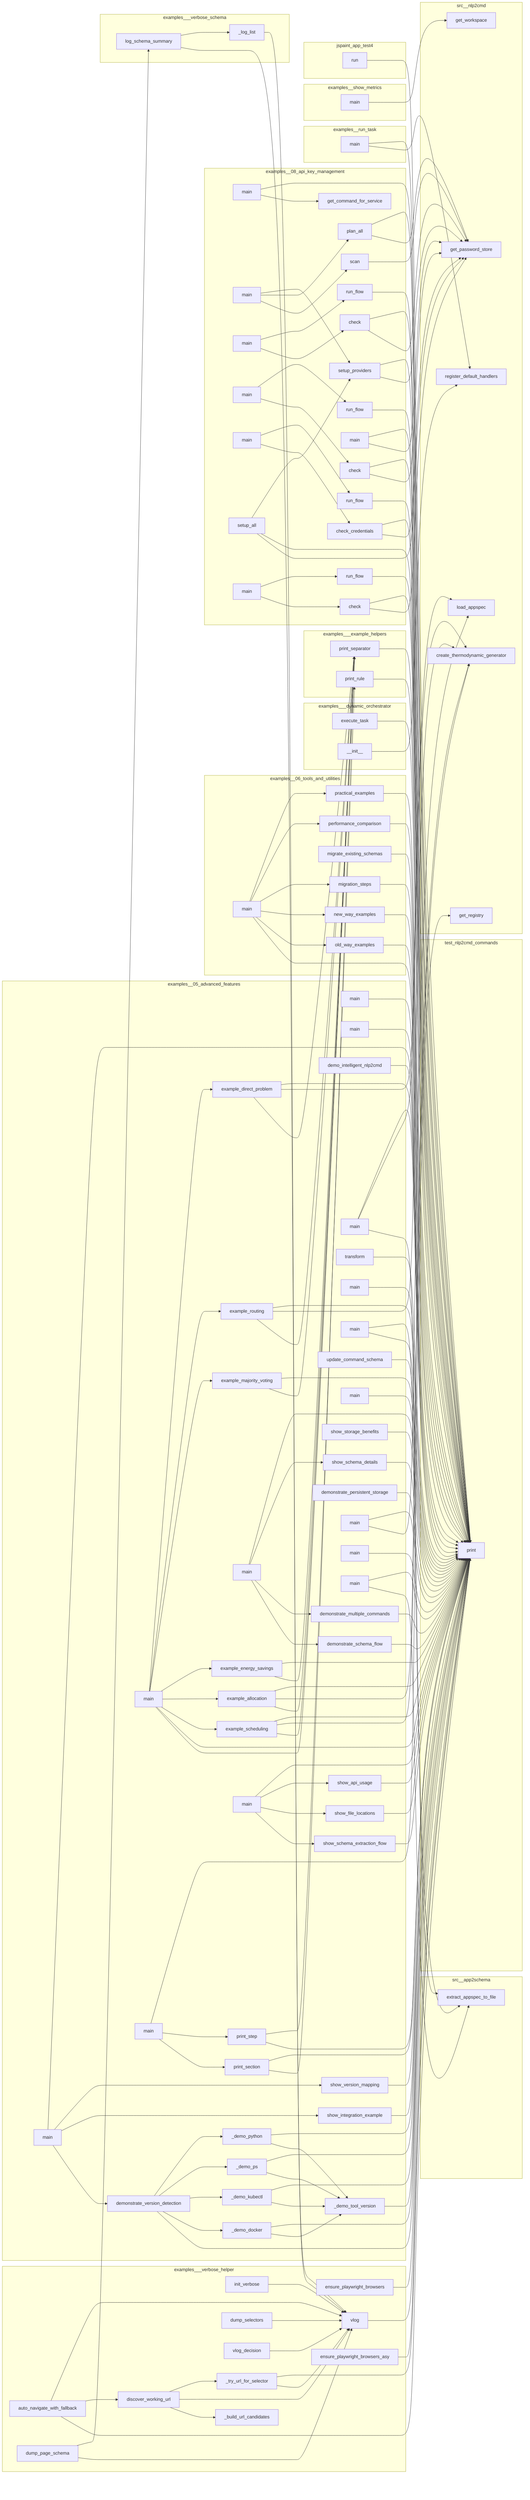
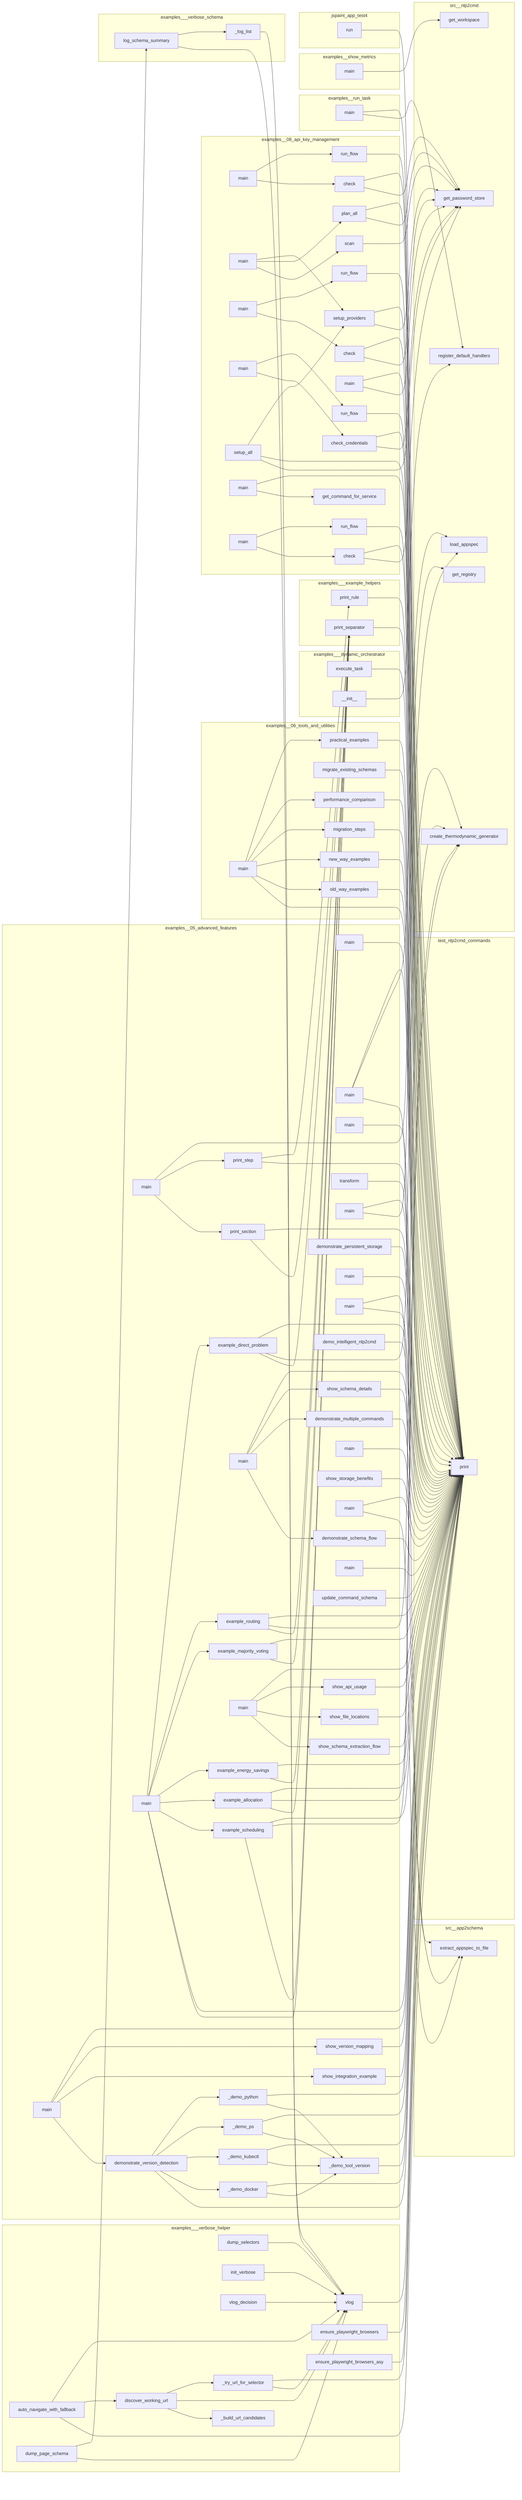
flowchart LR
- %% generated in 0.06s
+ %% generated in 0.09s
    subgraph examples__05_advanced_features
-         examples__05_advanced_features__dynamic_schemas__demo_version_detection__demonstrate_version_detection["demonstrate_version_detection"]
+         examples__05_advanced_features__thermodynamic_computing__example__example_routing["example_routing"]
+         examples__05_advanced_features__thermodynamic_computing__example__example_scheduling["example_scheduling"]
        examples__05_advanced_features__thermodynamic_computing__example__example_majority_voting["example_majority_voting"]
-         examples__05_advanced_features__schema_driven_architecture__03_llm_planner__demo__main["main"]
-         examples__05_advanced_features__thermodynamic_computing__example__main["main"]
+         examples__05_advanced_features__dynamic_schemas__simple_schema_demo__main["main"]
        examples__05_advanced_features__dynamic_schemas__demo_version_detection___demo_kubectl["_demo_kubectl"]
-         examples__05_advanced_features__schema_driven_architecture__04_plan_executor__demo__main["main"]
-         examples__05_advanced_features__thermodynamic_computing__example__example_direct_problem["example_direct_problem"]
-         examples__05_advanced_features__dynamic_schemas__demo_version_detection___demo_tool_version["_demo_tool_version"]
-         examples__05_advanced_features__dynamic_schemas__demo_intelligent_nlp2cmd__demo_intelligent_nlp2cmd["demo_intelligent_nlp2cmd"]
-         examples__05_advanced_features__schema_driven_architecture__end_to_end_demo__print_step["print_step"]
-         examples__05_advanced_features__dynamic_schemas__schema_flow_demo__show_schema_extraction_flow["show_schema_extraction_flow"]
-         examples__05_advanced_features__dynamic_schemas__demo_schema_flow__demonstrate_multiple_commands["demonstrate_multiple_commands"]
        examples__05_advanced_features__schema_driven_architecture__mvp__main["main"]
        examples__05_advanced_features__dynamic_schemas__demo_schema_flow__main["main"]
+         examples__05_advanced_features__schema_driven_architecture__02_decision_router__demo__main["main"]
+         examples__05_advanced_features__dynamic_schemas__demo_version_detection__show_version_mapping["show_version_mapping"]
+         examples__05_advanced_features__dynamic_schemas__demo_version_detection___demo_ps["_demo_ps"]
+         examples__05_advanced_features__dynamic_schemas__demo_version_detection___demo_tool_version["_demo_tool_version"]
+         examples__05_advanced_features__thermodynamic_computing__example__example_energy_savings["example_energy_savings"]
+         examples__05_advanced_features__schema_driven_architecture__end_to_end_demo__main["main"]
        examples__05_advanced_features__dynamic_schemas__demo_intelligent_nlp2cmd__IntelligentNLP2CMD__transform["transform"]
-         examples__05_advanced_features__thermodynamic_computing__example__example_scheduling["example_scheduling"]
-         examples__05_advanced_features__schema_driven_architecture__02_decision_router__demo__main["main"]
+         examples__05_advanced_features__thermodynamic_computing__example__main["main"]
+         examples__05_advanced_features__dynamic_schemas__schema_flow_demo__main["main"]
+         examples__05_advanced_features__schema_driven_architecture__manual_appspec__main["main"]
        examples__05_advanced_features__dynamic_schemas__schema_flow_demo__show_file_locations["show_file_locations"]
-         examples__05_advanced_features__schema_driven_architecture__end_to_end_demo__main["main"]
-         examples__05_advanced_features__dynamic_schemas__demo_version_detection__show_integration_example["show_integration_example"]
-         examples__05_advanced_features__thermodynamic_computing__example__example_energy_savings["example_energy_savings"]
+         examples__05_advanced_features__dynamic_schemas__demo_version_detection__demonstrate_version_detection["demonstrate_version_detection"]
+         examples__05_advanced_features__dynamic_schemas__demo_persistent_storage__demonstrate_persistent_storage["demonstrate_persistent_storage"]
+         examples__05_advanced_features__thermodynamic_computing__example__example_allocation["example_allocation"]
+         examples__05_advanced_features__schema_driven_architecture__05_result_aggregator__demo__main["main"]
        examples__05_advanced_features__dynamic_schemas__demo_enhanced__main["main"]
-         examples__05_advanced_features__dynamic_schemas__demo_version_detection___demo_python["_demo_python"]
-         examples__05_advanced_features__dynamic_schemas__demo_intelligent_nlp2cmd__IntelligentNLP2CMD__update_command_schema["update_command_schema"]
-         examples__05_advanced_features__dynamic_schemas__demo_version_detection__show_version_mapping["show_version_mapping"]
-         examples__05_advanced_features__thermodynamic_computing__example__example_allocation["example_allocation"]
-         examples__05_advanced_features__dynamic_schemas__demo_version_detection__main["main"]
+         examples__05_advanced_features__schema_driven_architecture__end_to_end_demo__print_step["print_step"]
+         examples__05_advanced_features__dynamic_schemas__demo_schema_flow__show_schema_details["show_schema_details"]
+         examples__05_advanced_features__thermodynamic_computing__example__example_direct_problem["example_direct_problem"]
        examples__05_advanced_features__dynamic_schemas__demo_version_detection___demo_docker["_demo_docker"]
-         examples__05_advanced_features__schema_driven_architecture__05_result_aggregator__demo__main["main"]
-         examples__05_advanced_features__dynamic_schemas__schema_flow_demo__main["main"]
-         examples__05_advanced_features__dynamic_schemas__demo_version_detection___demo_ps["_demo_ps"]
-         examples__05_advanced_features__dynamic_schemas__demo_schema_flow__show_schema_details["show_schema_details"]
-         examples__05_advanced_features__thermodynamic_computing__example__example_routing["example_routing"]
-         examples__05_advanced_features__dynamic_schemas__demo_persistent_storage__show_storage_benefits["show_storage_benefits"]
-         examples__05_advanced_features__dynamic_schemas__schema_flow_demo__show_api_usage["show_api_usage"]
-         examples__05_advanced_features__dynamic_schemas__demo_persistent_storage__demonstrate_persistent_storage["demonstrate_persistent_storage"]
-         examples__05_advanced_features__schema_driven_architecture__manual_appspec__main["main"]
-         examples__05_advanced_features__dynamic_schemas__simple_schema_demo__main["main"]
-         examples__05_advanced_features__dynamic_schemas__example__main["main"]
+         examples__05_advanced_features__dynamic_schemas__demo_intelligent_nlp2cmd__demo_intelligent_nlp2cmd["demo_intelligent_nlp2cmd"]
        examples__05_advanced_features__dynamic_schemas__demo_schema_flow__demonstrate_schema_flow["demonstrate_schema_flow"]
        examples__05_advanced_features__schema_driven_architecture__end_to_end_demo__print_section["print_section"]
+         examples__05_advanced_features__dynamic_schemas__demo_schema_flow__demonstrate_multiple_commands["demonstrate_multiple_commands"]
+         examples__05_advanced_features__dynamic_schemas__schema_flow_demo__show_api_usage["show_api_usage"]
+         examples__05_advanced_features__dynamic_schemas__demo_version_detection__show_integration_example["show_integration_example"]
+         examples__05_advanced_features__schema_driven_architecture__04_plan_executor__demo__main["main"]
+         examples__05_advanced_features__dynamic_schemas__demo_persistent_storage__show_storage_benefits["show_storage_benefits"]
+         examples__05_advanced_features__dynamic_schemas__example__main["main"]
+         examples__05_advanced_features__dynamic_schemas__demo_version_detection___demo_python["_demo_python"]
+         examples__05_advanced_features__dynamic_schemas__schema_flow_demo__show_schema_extraction_flow["show_schema_extraction_flow"]
+         examples__05_advanced_features__schema_driven_architecture__03_llm_planner__demo__main["main"]
+         examples__05_advanced_features__dynamic_schemas__demo_version_detection__main["main"]
+         examples__05_advanced_features__dynamic_schemas__demo_intelligent_nlp2cmd__IntelligentNLP2CMD__update_command_schema["update_command_schema"]
    end
    subgraph examples__06_tools_and_utilities
+         examples__06_tools_and_utilities__migration_tools__guide__main["main"]
+         examples__06_tools_and_utilities__migration_tools__guide__new_way_examples["new_way_examples"]
+         examples__06_tools_and_utilities__migration_tools__demo_versioned_schemas__migrate_existing_schemas["migrate_existing_schemas"]
        examples__06_tools_and_utilities__migration_tools__guide__performance_comparison["performance_comparison"]
        examples__06_tools_and_utilities__migration_tools__guide__practical_examples["practical_examples"]
-         examples__06_tools_and_utilities__migration_tools__demo_versioned_schemas__migrate_existing_schemas["migrate_existing_schemas"]
        examples__06_tools_and_utilities__migration_tools__guide__migration_steps["migration_steps"]
-         examples__06_tools_and_utilities__migration_tools__guide__new_way_examples["new_way_examples"]
        examples__06_tools_and_utilities__migration_tools__guide__old_way_examples["old_way_examples"]
-         examples__06_tools_and_utilities__migration_tools__guide__main["main"]
    end
    subgraph examples__08_api_key_management
+         examples__08_api_key_management__03_github_token__run__run_flow["run_flow"]
+         examples__08_api_key_management__04_huggingface_token__run__check["check"]
+         examples__08_api_key_management__06_multi_provider__run__plan_all["plan_all"]
+         examples__08_api_key_management__02_openrouter_key__run__check_credentials["check_credentials"]
+         examples__08_api_key_management__05_openai_key__run__main["main"]
+         examples__08_api_key_management__06_multi_provider__run__setup_providers["setup_providers"]
+         examples__08_api_key_management__06_multi_provider__run__main["main"]
+         examples__08_api_key_management__03_github_token__run__main["main"]
+         examples__08_api_key_management__04_huggingface_token__run__run_flow["run_flow"]
+         examples__08_api_key_management__02_openrouter_key__run__main["main"]
+         examples__08_api_key_management__05_openai_key__run__check["check"]
+         examples__08_api_key_management__06_multi_provider__run__setup_all["setup_all"]
        examples__08_api_key_management__01_diagnose_credentials_nlp2cmd__main["main"]
-         examples__08_api_key_management__02_openrouter_key__run__check_credentials["check_credentials"]
+         examples__08_api_key_management__01_diagnose_credentials__run__main["main"]
+         examples__08_api_key_management__02_openrouter_key__run__run_flow["run_flow"]
        examples__08_api_key_management__03_github_token__run__check["check"]
-         examples__08_api_key_management__06_multi_provider__run__main["main"]
-         examples__08_api_key_management__05_openai_key__run__check["check"]
-         examples__08_api_key_management__06_multi_provider__run__setup_providers["setup_providers"]
+         examples__08_api_key_management__01_diagnose_credentials_nlp2cmd__get_command_for_service["get_command_for_service"]
        examples__08_api_key_management__06_multi_provider__run__scan["scan"]
-         examples__08_api_key_management__04_huggingface_token__run__run_flow["run_flow"]
+         examples__08_api_key_management__05_openai_key__run__run_flow["run_flow"]
        examples__08_api_key_management__04_huggingface_token__run__main["main"]
-         examples__08_api_key_management__06_multi_provider__run__plan_all["plan_all"]
-         examples__08_api_key_management__03_github_token__run__run_flow["run_flow"]
-         examples__08_api_key_management__01_diagnose_credentials__run__main["main"]
-         examples__08_api_key_management__03_github_token__run__main["main"]
-         examples__08_api_key_management__05_openai_key__run__run_flow["run_flow"]
-         examples__08_api_key_management__01_diagnose_credentials_nlp2cmd__get_command_for_service["get_command_for_service"]
-         examples__08_api_key_management__02_openrouter_key__run__main["main"]
-         examples__08_api_key_management__06_multi_provider__run__setup_all["setup_all"]
-         examples__08_api_key_management__02_openrouter_key__run__run_flow["run_flow"]
-         examples__08_api_key_management__05_openai_key__run__main["main"]
-         examples__08_api_key_management__04_huggingface_token__run__check["check"]
    end
    subgraph examples___dynamic_orchestrator
        examples___dynamic_orchestrator__DynamicOrchestrator__execute_task["execute_task"]
        examples___dynamic_orchestrator__DynamicOrchestrator____init__["__init__"]
    end
    subgraph examples___example_helpers
+         examples___example_helpers__print_rule["print_rule"]
        examples___example_helpers__print_separator["print_separator"]
-         examples___example_helpers__print_rule["print_rule"]
    end
    subgraph examples___verbose_helper
+         examples___verbose_helper__dump_selectors["dump_selectors"]
+         examples___verbose_helper__init_verbose["init_verbose"]
+         examples___verbose_helper__vlog["vlog"]
+         examples___verbose_helper__vlog_decision["vlog_decision"]
+         examples___verbose_helper___try_url_for_selector["_try_url_for_selector"]
        examples___verbose_helper__auto_navigate_with_fallback["auto_navigate_with_fallback"]
-         examples___verbose_helper__init_verbose["init_verbose"]
+         examples___verbose_helper___build_url_candidates["_build_url_candidates"]
+         examples___verbose_helper__dump_page_schema["dump_page_schema"]
        examples___verbose_helper__ensure_playwright_browsers["ensure_playwright_browsers"]
-         examples___verbose_helper___try_url_for_selector["_try_url_for_selector"]
-         examples___verbose_helper__dump_page_schema["dump_page_schema"]
-         examples___verbose_helper__dump_selectors["dump_selectors"]
-         examples___verbose_helper__vlog["vlog"]
        examples___verbose_helper__ensure_playwright_browsers_async["ensure_playwright_browsers_asy"]
-         examples___verbose_helper__vlog_decision["vlog_decision"]
        examples___verbose_helper__discover_working_url["discover_working_url"]
-         examples___verbose_helper___build_url_candidates["_build_url_candidates"]
    end
    subgraph examples___verbose_schema
+         examples___verbose_schema__log_schema_summary["log_schema_summary"]
        examples___verbose_schema___log_list["_log_list"]
-         examples___verbose_schema__log_schema_summary["log_schema_summary"]
    end
    subgraph examples__run_task
        examples__run_task__main["main"]
    end
    subgraph examples__show_metrics
        examples__show_metrics__main["main"]
    end
    subgraph jspaint_app_test4
        jspaint_app_test4__run["run"]
    end
    subgraph src__app2schema
        src__app2schema__extract__extract_appspec_to_file["extract_appspec_to_file"]
    end
    subgraph src__nlp2cmd
-         src__nlp2cmd__orchestration__learned_path__get_workspace["get_workspace"]
+         src__nlp2cmd__registry__get_registry__get_registry["get_registry"]
        src__nlp2cmd__orchestration__handlers__register_default_handlers["register_default_handlers"]
        src__nlp2cmd__appspec_runtime__load_appspec["load_appspec"]
        src__nlp2cmd__generation__thermodynamic__create_thermodynamic_generator["create_thermodynamic_generator"]
-         src__nlp2cmd__registry__get_registry__get_registry["get_registry"]
+         src__nlp2cmd__orchestration__learned_path__get_workspace["get_workspace"]
        src__nlp2cmd__automation__password_store__get_password_store["get_password_store"]
    end
    subgraph test_nlp2cmd_commands
        test_nlp2cmd_commands__print["print"]
    end
    jspaint_app_test4__run --> test_nlp2cmd_commands__print
    examples__show_metrics__main --> src__nlp2cmd__orchestration__learned_path__get_workspace
    examples___verbose_schema___log_list --> examples___verbose_helper__vlog
    examples___verbose_schema__log_schema_summary --> examples___verbose_helper__vlog
    examples___verbose_schema__log_schema_summary --> examples___verbose_schema___log_list
    examples___dynamic_orchestrator__DynamicOrchestrator____init__ --> src__nlp2cmd__orchestration__handlers__register_default_handlers
    examples___dynamic_orchestrator__DynamicOrchestrator__execute_task --> test_nlp2cmd_commands__print
    examples___example_helpers__print_separator --> test_nlp2cmd_commands__print
    examples___example_helpers__print_rule --> test_nlp2cmd_commands__print
    examples___verbose_helper__init_verbose --> examples___verbose_helper__vlog
    examples___verbose_helper__vlog --> test_nlp2cmd_commands__print
    examples___verbose_helper__dump_page_schema --> examples___verbose_helper__vlog
    examples___verbose_helper__dump_page_schema --> examples___verbose_schema__log_schema_summary
    examples___verbose_helper__dump_selectors --> examples___verbose_helper__vlog
    examples___verbose_helper__vlog_decision --> examples___verbose_helper__vlog
    examples___verbose_helper__ensure_playwright_browsers --> test_nlp2cmd_commands__print
    examples___verbose_helper__ensure_playwright_browsers_async --> test_nlp2cmd_commands__print
    examples___verbose_helper___try_url_for_selector --> examples___verbose_helper__vlog
    examples___verbose_helper___try_url_for_selector --> test_nlp2cmd_commands__print
    examples___verbose_helper__discover_working_url --> examples___verbose_helper___build_url_candidates
    examples___verbose_helper__discover_working_url --> examples___verbose_helper__vlog
    examples___verbose_helper__discover_working_url --> examples___verbose_helper___try_url_for_selector
    examples___verbose_helper__auto_navigate_with_fallback --> test_nlp2cmd_commands__print
    examples___verbose_helper__auto_navigate_with_fallback --> examples___verbose_helper__discover_working_url
    examples___verbose_helper__auto_navigate_with_fallback --> examples___verbose_helper__vlog
    examples__run_task__main --> src__nlp2cmd__orchestration__handlers__register_default_handlers
    examples__run_task__main --> test_nlp2cmd_commands__print
    examples__05_advanced_features__thermodynamic_computing__example__example_scheduling --> examples___example_helpers__print_separator
    examples__05_advanced_features__thermodynamic_computing__example__example_scheduling --> src__nlp2cmd__generation__thermodynamic__create_thermodynamic_generator
    examples__05_advanced_features__thermodynamic_computing__example__example_scheduling --> test_nlp2cmd_commands__print
    examples__05_advanced_features__thermodynamic_computing__example__example_allocation --> examples___example_helpers__print_separator
    examples__05_advanced_features__thermodynamic_computing__example__example_allocation --> src__nlp2cmd__generation__thermodynamic__create_thermodynamic_generator
    examples__05_advanced_features__thermodynamic_computing__example__example_allocation --> test_nlp2cmd_commands__print
    examples__05_advanced_features__thermodynamic_computing__example__example_energy_savings --> examples___example_helpers__print_separator
    examples__05_advanced_features__thermodynamic_computing__example__example_energy_savings --> test_nlp2cmd_commands__print
    examples__05_advanced_features__thermodynamic_computing__example__example_majority_voting --> examples___example_helpers__print_separator
    examples__05_advanced_features__thermodynamic_computing__example__example_majority_voting --> test_nlp2cmd_commands__print
    examples__05_advanced_features__thermodynamic_computing__example__example_routing --> examples___example_helpers__print_separator
    examples__05_advanced_features__thermodynamic_computing__example__example_routing --> src__nlp2cmd__generation__thermodynamic__create_thermodynamic_generator
    examples__05_advanced_features__thermodynamic_computing__example__example_routing --> test_nlp2cmd_commands__print
    examples__05_advanced_features__thermodynamic_computing__example__example_direct_problem --> examples___example_helpers__print_separator
    examples__05_advanced_features__thermodynamic_computing__example__example_direct_problem --> src__nlp2cmd__generation__thermodynamic__create_thermodynamic_generator
    examples__05_advanced_features__thermodynamic_computing__example__example_direct_problem --> test_nlp2cmd_commands__print
    examples__05_advanced_features__thermodynamic_computing__example__main --> examples___example_helpers__print_separator
    examples__05_advanced_features__thermodynamic_computing__example__main --> test_nlp2cmd_commands__print
    examples__05_advanced_features__thermodynamic_computing__example__main --> examples__05_advanced_features__thermodynamic_computing__example__example_scheduling
    examples__05_advanced_features__thermodynamic_computing__example__main --> examples__05_advanced_features__thermodynamic_computing__example__example_allocation
    examples__05_advanced_features__thermodynamic_computing__example__main --> examples__05_advanced_features__thermodynamic_computing__example__example_energy_savings
    examples__05_advanced_features__thermodynamic_computing__example__main --> examples__05_advanced_features__thermodynamic_computing__example__example_majority_voting
    examples__05_advanced_features__thermodynamic_computing__example__main --> examples__05_advanced_features__thermodynamic_computing__example__example_routing
    examples__05_advanced_features__thermodynamic_computing__example__main --> examples__05_advanced_features__thermodynamic_computing__example__example_direct_problem
    examples__05_advanced_features__schema_driven_architecture__manual_appspec__main --> src__nlp2cmd__appspec_runtime__load_appspec
    examples__05_advanced_features__schema_driven_architecture__manual_appspec__main --> test_nlp2cmd_commands__print
    examples__05_advanced_features__schema_driven_architecture__end_to_end_demo__print_section --> examples___example_helpers__print_separator
    examples__05_advanced_features__schema_driven_architecture__end_to_end_demo__print_section --> test_nlp2cmd_commands__print
    examples__05_advanced_features__schema_driven_architecture__end_to_end_demo__print_step --> test_nlp2cmd_commands__print
    examples__05_advanced_features__schema_driven_architecture__end_to_end_demo__print_step --> examples___example_helpers__print_rule
    examples__05_advanced_features__schema_driven_architecture__end_to_end_demo__main --> examples__05_advanced_features__schema_driven_architecture__end_to_end_demo__print_section
    examples__05_advanced_features__schema_driven_architecture__end_to_end_demo__main --> examples__05_advanced_features__schema_driven_architecture__end_to_end_demo__print_step
    examples__05_advanced_features__schema_driven_architecture__end_to_end_demo__main --> src__nlp2cmd__registry__get_registry__get_registry
    examples__05_advanced_features__schema_driven_architecture__mvp__main --> src__app2schema__extract__extract_appspec_to_file
    examples__05_advanced_features__schema_driven_architecture__mvp__main --> src__nlp2cmd__appspec_runtime__load_appspec
    examples__05_advanced_features__schema_driven_architecture__mvp__main --> test_nlp2cmd_commands__print
    examples__05_advanced_features__schema_driven_architecture__05_result_aggregator__demo__main --> test_nlp2cmd_commands__print
    examples__05_advanced_features__schema_driven_architecture__02_decision_router__demo__main --> test_nlp2cmd_commands__print
    examples__05_advanced_features__schema_driven_architecture__04_plan_executor__demo__main --> test_nlp2cmd_commands__print
    examples__05_advanced_features__schema_driven_architecture__03_llm_planner__demo__main --> test_nlp2cmd_commands__print
    examples__05_advanced_features__dynamic_schemas__simple_schema_demo__main --> test_nlp2cmd_commands__print
    examples__05_advanced_features__dynamic_schemas__demo_intelligent_nlp2cmd__IntelligentNLP2CMD__transform --> test_nlp2cmd_commands__print
    examples__05_advanced_features__dynamic_schemas__demo_intelligent_nlp2cmd__IntelligentNLP2CMD__update_command_schema --> test_nlp2cmd_commands__print
    examples__05_advanced_features__dynamic_schemas__demo_intelligent_nlp2cmd__demo_intelligent_nlp2cmd --> test_nlp2cmd_commands__print
    examples__05_advanced_features__dynamic_schemas__demo_persistent_storage__demonstrate_persistent_storage --> test_nlp2cmd_commands__print
    examples__05_advanced_features__dynamic_schemas__demo_persistent_storage__show_storage_benefits --> test_nlp2cmd_commands__print
    examples__05_advanced_features__dynamic_schemas__demo_enhanced__main --> test_nlp2cmd_commands__print
    examples__05_advanced_features__dynamic_schemas__demo_enhanced__main --> src__app2schema__extract__extract_appspec_to_file
    examples__05_advanced_features__dynamic_schemas__demo_schema_flow__demonstrate_schema_flow --> test_nlp2cmd_commands__print
    examples__05_advanced_features__dynamic_schemas__demo_schema_flow__demonstrate_multiple_commands --> test_nlp2cmd_commands__print
    examples__05_advanced_features__dynamic_schemas__demo_schema_flow__show_schema_details --> test_nlp2cmd_commands__print
    examples__05_advanced_features__dynamic_schemas__demo_schema_flow__main --> examples__05_advanced_features__dynamic_schemas__demo_schema_flow__demonstrate_schema_flow
    examples__05_advanced_features__dynamic_schemas__demo_schema_flow__main --> examples__05_advanced_features__dynamic_schemas__demo_schema_flow__demonstrate_multiple_commands
    examples__05_advanced_features__dynamic_schemas__demo_schema_flow__main --> examples__05_advanced_features__dynamic_schemas__demo_schema_flow__show_schema_details
    examples__05_advanced_features__dynamic_schemas__demo_schema_flow__main --> test_nlp2cmd_commands__print
    examples__05_advanced_features__dynamic_schemas__demo_version_detection___demo_tool_version --> test_nlp2cmd_commands__print
    examples__05_advanced_features__dynamic_schemas__demo_version_detection___demo_docker --> examples__05_advanced_features__dynamic_schemas__demo_version_detection___demo_tool_version
    examples__05_advanced_features__dynamic_schemas__demo_version_detection___demo_docker --> test_nlp2cmd_commands__print
    examples__05_advanced_features__dynamic_schemas__demo_version_detection___demo_kubectl --> examples__05_advanced_features__dynamic_schemas__demo_version_detection___demo_tool_version
    examples__05_advanced_features__dynamic_schemas__demo_version_detection___demo_kubectl --> test_nlp2cmd_commands__print
    examples__05_advanced_features__dynamic_schemas__demo_version_detection___demo_ps --> examples__05_advanced_features__dynamic_schemas__demo_version_detection___demo_tool_version
    examples__05_advanced_features__dynamic_schemas__demo_version_detection___demo_ps --> test_nlp2cmd_commands__print
    examples__05_advanced_features__dynamic_schemas__demo_version_detection___demo_python --> examples__05_advanced_features__dynamic_schemas__demo_version_detection___demo_tool_version
    examples__05_advanced_features__dynamic_schemas__demo_version_detection___demo_python --> test_nlp2cmd_commands__print
    examples__05_advanced_features__dynamic_schemas__demo_version_detection__demonstrate_version_detection --> test_nlp2cmd_commands__print
    examples__05_advanced_features__dynamic_schemas__demo_version_detection__demonstrate_version_detection --> examples__05_advanced_features__dynamic_schemas__demo_version_detection___demo_docker
    examples__05_advanced_features__dynamic_schemas__demo_version_detection__demonstrate_version_detection --> examples__05_advanced_features__dynamic_schemas__demo_version_detection___demo_kubectl
    examples__05_advanced_features__dynamic_schemas__demo_version_detection__demonstrate_version_detection --> examples__05_advanced_features__dynamic_schemas__demo_version_detection___demo_ps
    examples__05_advanced_features__dynamic_schemas__demo_version_detection__demonstrate_version_detection --> examples__05_advanced_features__dynamic_schemas__demo_version_detection___demo_python
    examples__05_advanced_features__dynamic_schemas__demo_version_detection__show_integration_example --> test_nlp2cmd_commands__print
    examples__05_advanced_features__dynamic_schemas__demo_version_detection__show_version_mapping --> test_nlp2cmd_commands__print
    examples__05_advanced_features__dynamic_schemas__demo_version_detection__main --> examples__05_advanced_features__dynamic_schemas__demo_version_detection__demonstrate_version_detection
    examples__05_advanced_features__dynamic_schemas__demo_version_detection__main --> examples__05_advanced_features__dynamic_schemas__demo_version_detection__show_integration_example
    examples__05_advanced_features__dynamic_schemas__demo_version_detection__main --> examples__05_advanced_features__dynamic_schemas__demo_version_detection__show_version_mapping
    examples__05_advanced_features__dynamic_schemas__demo_version_detection__main --> test_nlp2cmd_commands__print
    examples__05_advanced_features__dynamic_schemas__schema_flow_demo__show_schema_extraction_flow --> test_nlp2cmd_commands__print
    examples__05_advanced_features__dynamic_schemas__schema_flow_demo__show_file_locations --> test_nlp2cmd_commands__print
    examples__05_advanced_features__dynamic_schemas__schema_flow_demo__show_api_usage --> test_nlp2cmd_commands__print
    examples__05_advanced_features__dynamic_schemas__schema_flow_demo__main --> examples__05_advanced_features__dynamic_schemas__schema_flow_demo__show_schema_extraction_flow
    examples__05_advanced_features__dynamic_schemas__schema_flow_demo__main --> examples__05_advanced_features__dynamic_schemas__schema_flow_demo__show_file_locations
    examples__05_advanced_features__dynamic_schemas__schema_flow_demo__main --> examples__05_advanced_features__dynamic_schemas__schema_flow_demo__show_api_usage
    examples__05_advanced_features__dynamic_schemas__schema_flow_demo__main --> test_nlp2cmd_commands__print
    examples__05_advanced_features__dynamic_schemas__example__main --> src__app2schema__extract__extract_appspec_to_file
    examples__05_advanced_features__dynamic_schemas__example__main --> test_nlp2cmd_commands__print
    examples__08_api_key_management__01_diagnose_credentials_nlp2cmd__main --> examples__08_api_key_management__01_diagnose_credentials_nlp2cmd__get_command_for_service
    examples__08_api_key_management__01_diagnose_credentials_nlp2cmd__main --> test_nlp2cmd_commands__print
    examples__08_api_key_management__05_openai_key__run__check --> src__nlp2cmd__automation__password_store__get_password_store
    examples__08_api_key_management__05_openai_key__run__check --> test_nlp2cmd_commands__print
    examples__08_api_key_management__05_openai_key__run__run_flow --> test_nlp2cmd_commands__print
    examples__08_api_key_management__05_openai_key__run__main --> examples__08_api_key_management__05_openai_key__run__check
    examples__08_api_key_management__05_openai_key__run__main --> examples__08_api_key_management__05_openai_key__run__run_flow
    examples__08_api_key_management__01_diagnose_credentials__run__main --> src__nlp2cmd__automation__password_store__get_password_store
    examples__08_api_key_management__01_diagnose_credentials__run__main --> test_nlp2cmd_commands__print
    examples__08_api_key_management__06_multi_provider__run__scan --> src__nlp2cmd__automation__password_store__get_password_store
    examples__08_api_key_management__06_multi_provider__run__plan_all --> src__nlp2cmd__automation__password_store__get_password_store
    examples__08_api_key_management__06_multi_provider__run__plan_all --> test_nlp2cmd_commands__print
    examples__08_api_key_management__06_multi_provider__run__setup_providers --> src__nlp2cmd__automation__password_store__get_password_store
    examples__08_api_key_management__06_multi_provider__run__setup_providers --> test_nlp2cmd_commands__print
    examples__08_api_key_management__06_multi_provider__run__setup_all --> src__nlp2cmd__automation__password_store__get_password_store
    examples__08_api_key_management__06_multi_provider__run__setup_all --> test_nlp2cmd_commands__print
    examples__08_api_key_management__06_multi_provider__run__setup_all --> examples__08_api_key_management__06_multi_provider__run__setup_providers
    examples__08_api_key_management__06_multi_provider__run__main --> examples__08_api_key_management__06_multi_provider__run__scan
    examples__08_api_key_management__06_multi_provider__run__main --> examples__08_api_key_management__06_multi_provider__run__plan_all
    examples__08_api_key_management__06_multi_provider__run__main --> examples__08_api_key_management__06_multi_provider__run__setup_providers
    examples__08_api_key_management__02_openrouter_key__run__check_credentials --> src__nlp2cmd__automation__password_store__get_password_store
    examples__08_api_key_management__02_openrouter_key__run__check_credentials --> test_nlp2cmd_commands__print
    examples__08_api_key_management__02_openrouter_key__run__run_flow --> test_nlp2cmd_commands__print
    examples__08_api_key_management__02_openrouter_key__run__main --> examples__08_api_key_management__02_openrouter_key__run__check_credentials
    examples__08_api_key_management__02_openrouter_key__run__main --> examples__08_api_key_management__02_openrouter_key__run__run_flow
    examples__08_api_key_management__03_github_token__run__check --> src__nlp2cmd__automation__password_store__get_password_store
    examples__08_api_key_management__03_github_token__run__check --> test_nlp2cmd_commands__print
    examples__08_api_key_management__03_github_token__run__run_flow --> test_nlp2cmd_commands__print
    examples__08_api_key_management__03_github_token__run__main --> examples__08_api_key_management__03_github_token__run__check
    examples__08_api_key_management__03_github_token__run__main --> examples__08_api_key_management__03_github_token__run__run_flow
    examples__08_api_key_management__04_huggingface_token__run__check --> src__nlp2cmd__automation__password_store__get_password_store
    examples__08_api_key_management__04_huggingface_token__run__check --> test_nlp2cmd_commands__print
    examples__08_api_key_management__04_huggingface_token__run__run_flow --> test_nlp2cmd_commands__print
    examples__08_api_key_management__04_huggingface_token__run__main --> examples__08_api_key_management__04_huggingface_token__run__check
    examples__08_api_key_management__04_huggingface_token__run__main --> examples__08_api_key_management__04_huggingface_token__run__run_flow
    examples__06_tools_and_utilities__migration_tools__guide__old_way_examples --> test_nlp2cmd_commands__print
    examples__06_tools_and_utilities__migration_tools__guide__new_way_examples --> test_nlp2cmd_commands__print
    examples__06_tools_and_utilities__migration_tools__guide__migration_steps --> test_nlp2cmd_commands__print
    examples__06_tools_and_utilities__migration_tools__guide__performance_comparison --> test_nlp2cmd_commands__print
    examples__06_tools_and_utilities__migration_tools__guide__practical_examples --> test_nlp2cmd_commands__print
    examples__06_tools_and_utilities__migration_tools__guide__main --> test_nlp2cmd_commands__print
    examples__06_tools_and_utilities__migration_tools__guide__main --> examples__06_tools_and_utilities__migration_tools__guide__old_way_examples
    examples__06_tools_and_utilities__migration_tools__guide__main --> examples__06_tools_and_utilities__migration_tools__guide__new_way_examples
    examples__06_tools_and_utilities__migration_tools__guide__main --> examples__06_tools_and_utilities__migration_tools__guide__migration_steps
    examples__06_tools_and_utilities__migration_tools__guide__main --> examples__06_tools_and_utilities__migration_tools__guide__performance_comparison
    examples__06_tools_and_utilities__migration_tools__guide__main --> examples__06_tools_and_utilities__migration_tools__guide__practical_examples
    examples__06_tools_and_utilities__migration_tools__demo_versioned_schemas__migrate_existing_schemas --> test_nlp2cmd_commands__print
